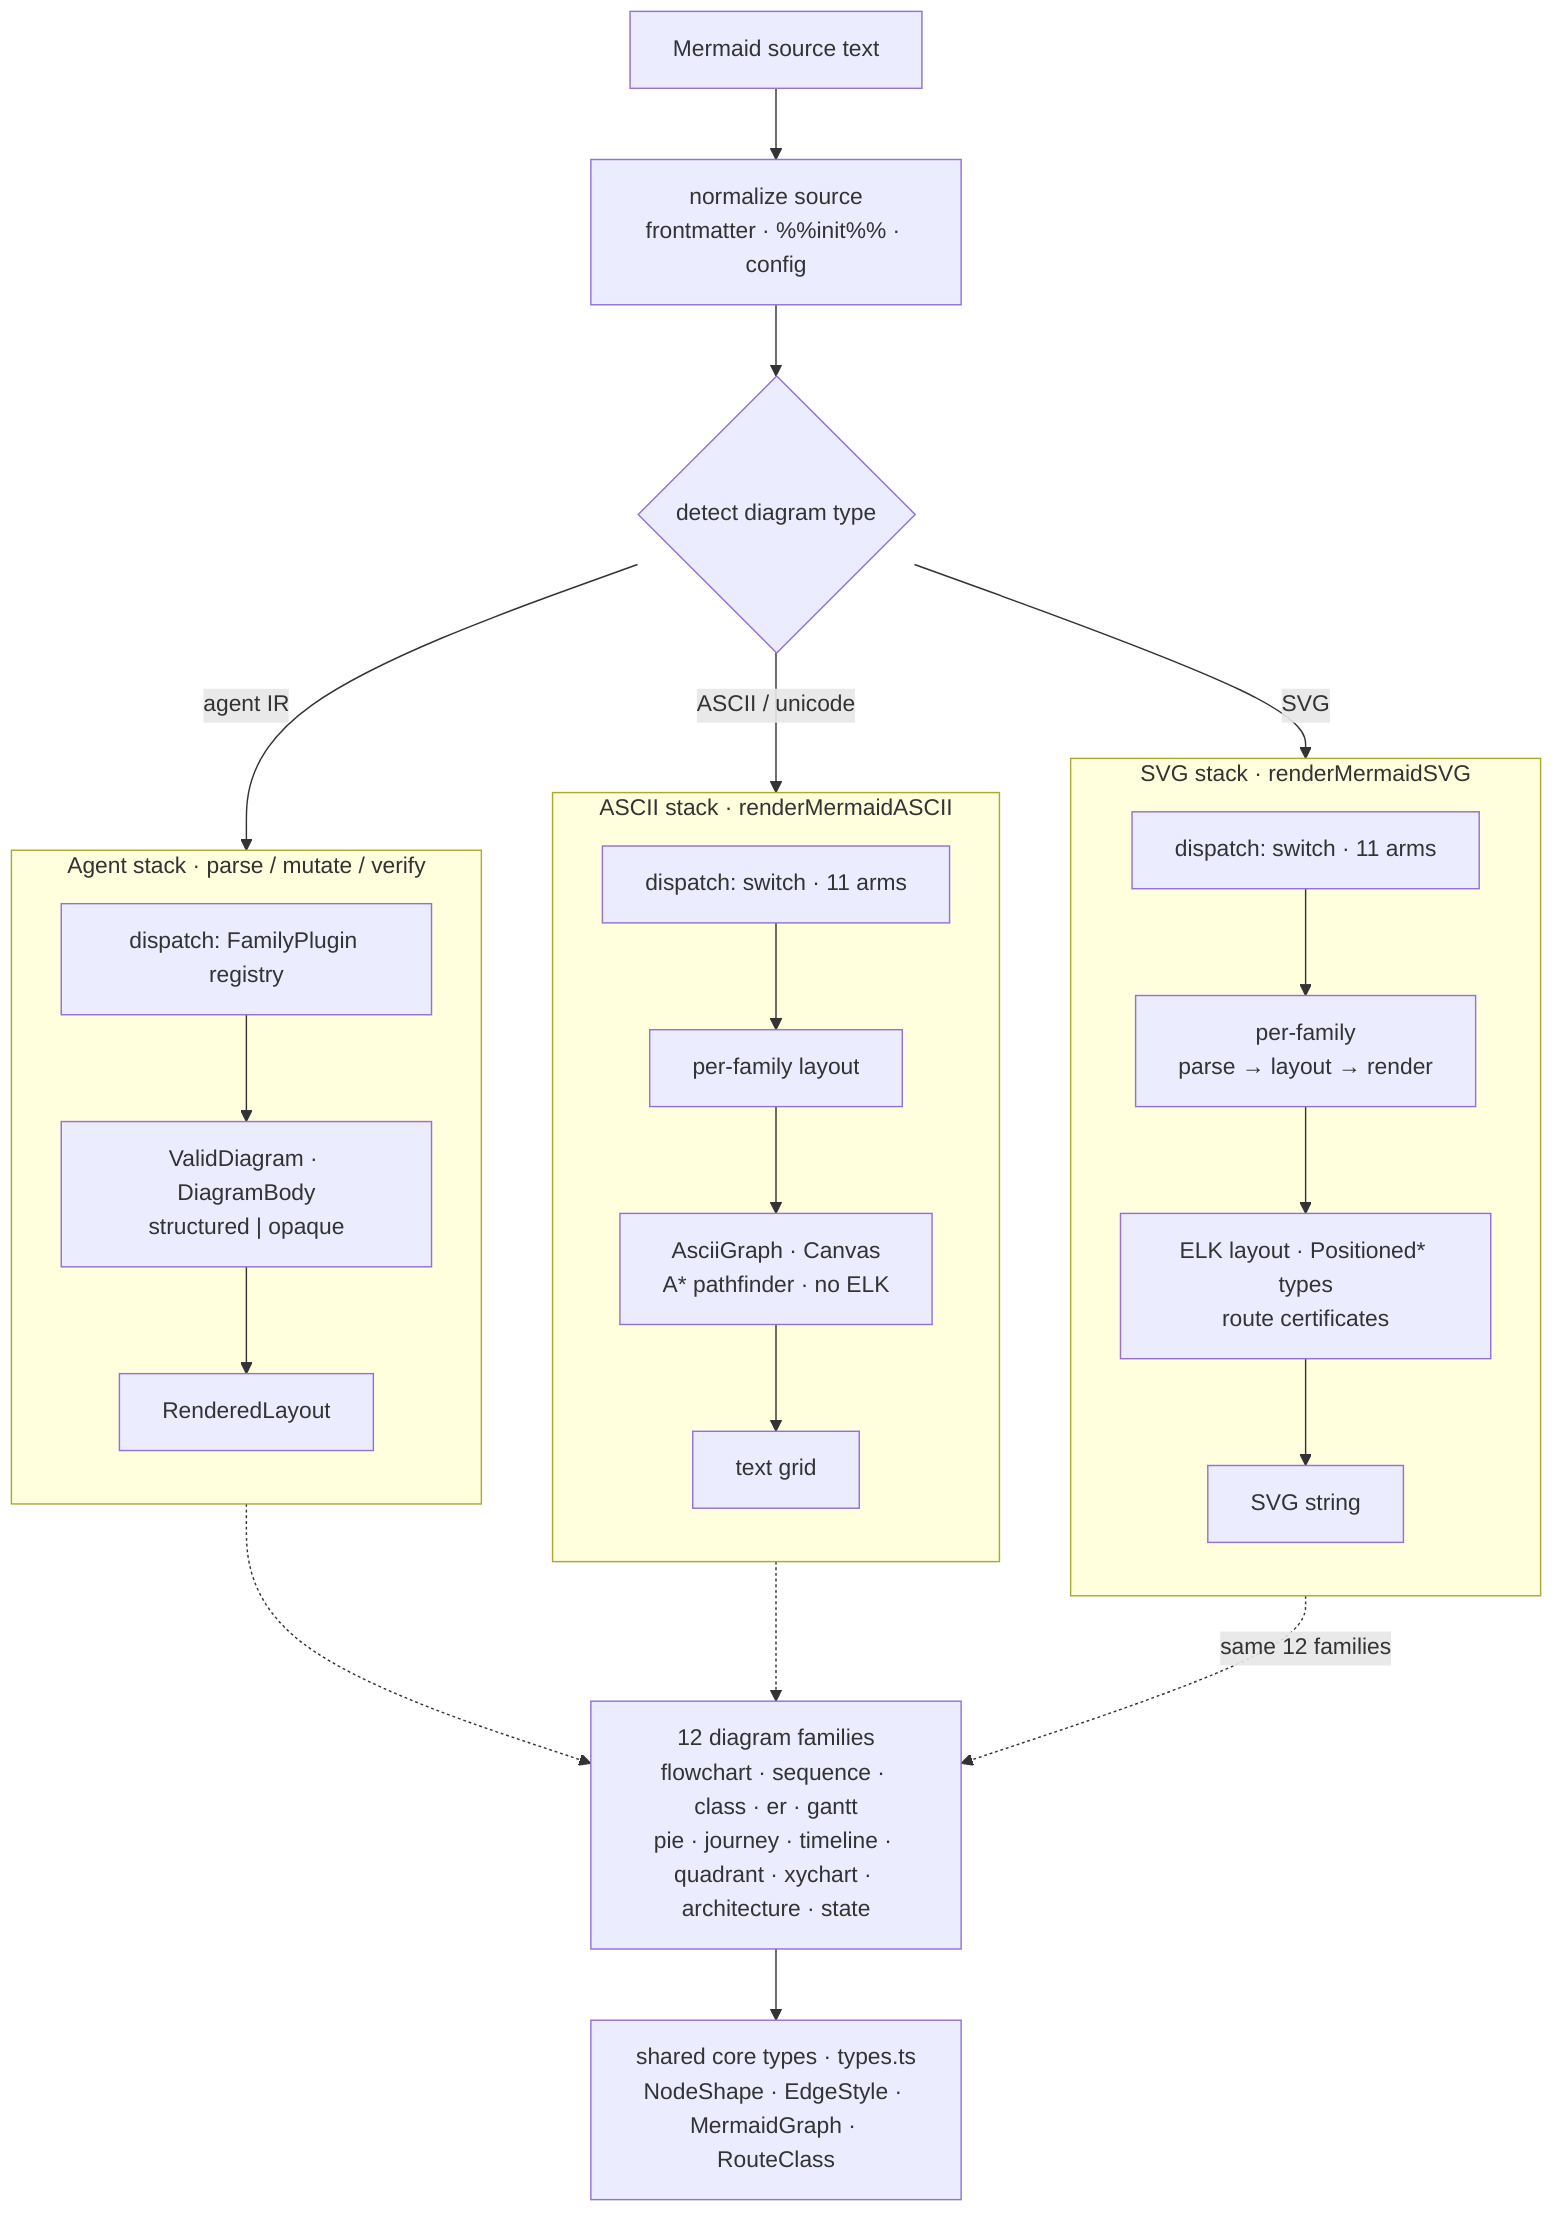
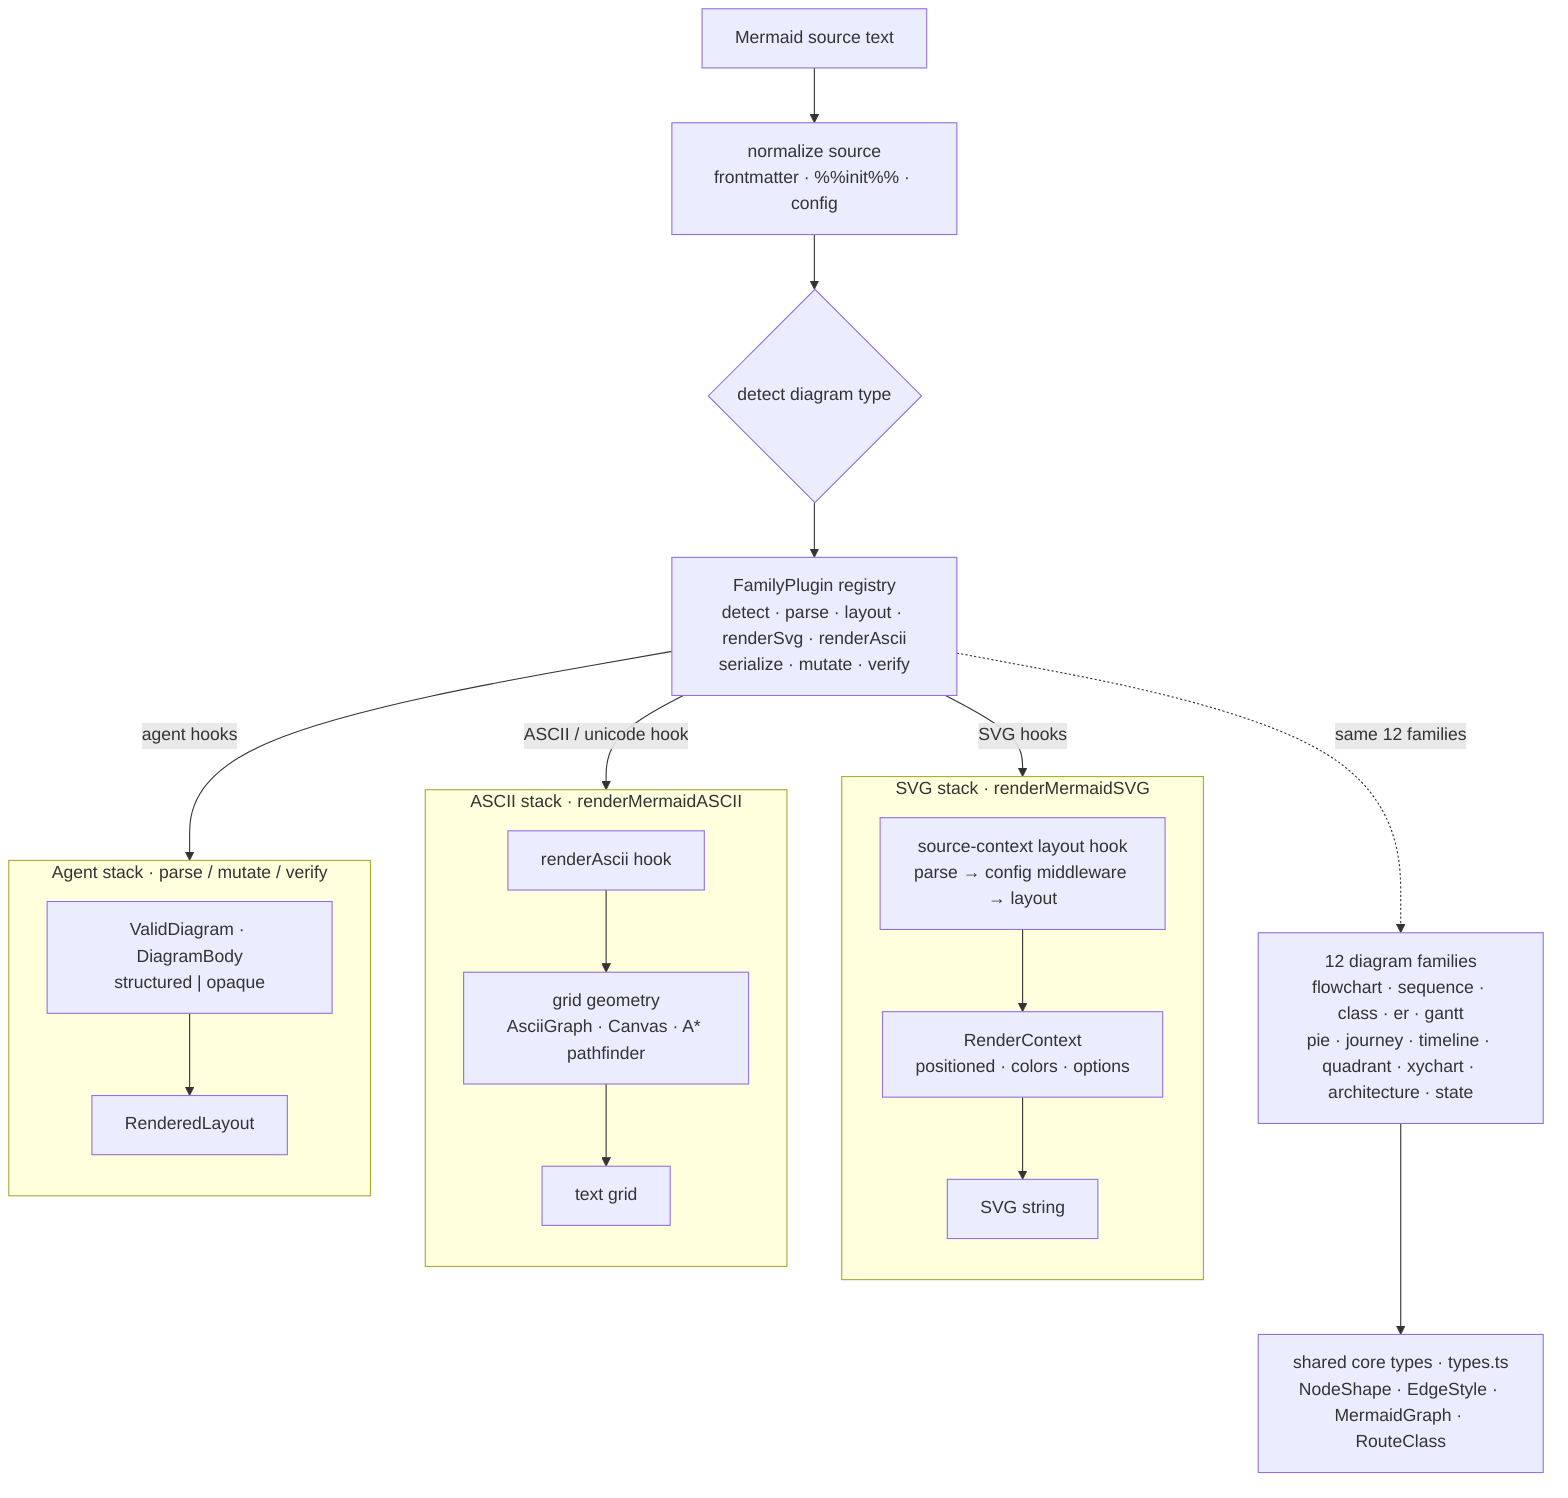
graph TD
  SRC["Mermaid source text"] --> NORM["normalize source<br/>frontmatter · %%init%% · config"]
  NORM --> DET{"detect diagram type"}
+   DET --> REG["FamilyPlugin registry<br/>detect · parse · layout · renderSvg · renderAscii<br/>serialize · mutate · verify"]

  subgraph SVGSTACK["SVG stack · renderMermaidSVG"]
    direction TB
-     SW1["dispatch: switch · 11 arms"] --> L1["per-family<br/>parse → layout → render"]
-     L1 --> ELK["ELK layout · Positioned* types<br/>route certificates"]
-     ELK --> O1["SVG string"]
+     L1["source-context layout hook<br/>parse → config middleware → layout"] --> CTX["RenderContext<br/>positioned · colors · options"]
+     CTX --> O1["SVG string"]
  end

  subgraph ASCIISTACK["ASCII stack · renderMermaidASCII"]
    direction TB
-     SW2["dispatch: switch · 11 arms"] --> L2["per-family layout"]
-     L2 --> GRID["AsciiGraph · Canvas<br/>A* pathfinder · no ELK"]
+     L2["renderAscii hook"] --> GRID["grid geometry<br/>AsciiGraph · Canvas · A* pathfinder"]
    GRID --> O2["text grid"]
  end

  subgraph AGENTSTACK["Agent stack · parse / mutate / verify"]
    direction TB
-     REG["dispatch: FamilyPlugin registry"] --> VD["ValidDiagram · DiagramBody<br/>structured | opaque"]
-     VD --> RL["RenderedLayout"]
+     VD["ValidDiagram · DiagramBody<br/>structured | opaque"] --> RL["RenderedLayout"]
  end

-   DET -->|"SVG"| SW1
-   DET -->|"ASCII / unicode"| SW2
-   DET -->|"agent IR"| REG
+   REG -->|"SVG hooks"| L1
+   REG -->|"ASCII / unicode hook"| L2
+   REG -->|"agent hooks"| VD

-   SW1 -.same 12 families.-> FAM
-   SW2 -.-> FAM
-   REG -.-> FAM
+   REG -.same 12 families.-> FAM
  FAM["12 diagram families<br/>flowchart · sequence · class · er · gantt<br/>pie · journey · timeline · quadrant · xychart · architecture · state"]
  FAM --> CORE["shared core types · types.ts<br/>NodeShape · EdgeStyle · MermaidGraph · RouteClass"]
